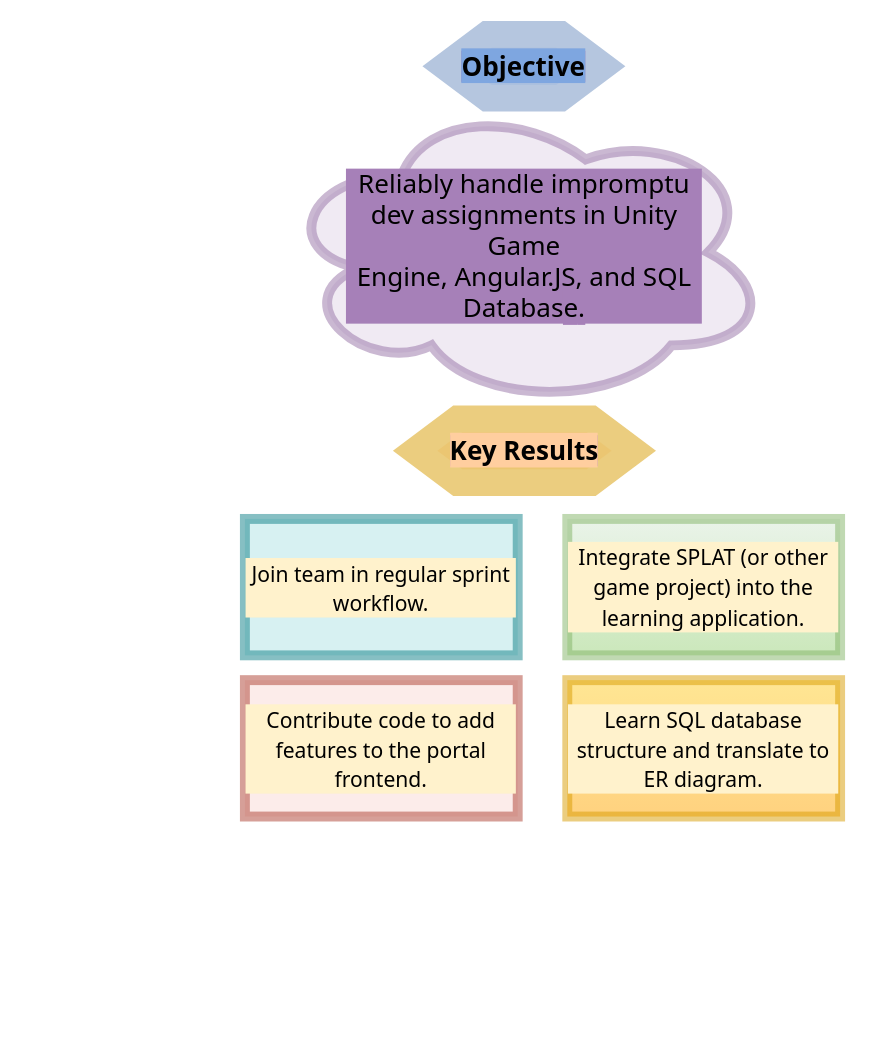
Above: Untitled Diagram.drawio in brumrian/summer2022 (draw.io), before the change. Source tidied: cells renumbered, new cells numbered last; positions are measured from the earlier drawing's top-left corner, leaving out a move shared by most shapes. Both pictures are drawn from the tidied source at 124%, with x=0, y=0 at pixel (244, 47).
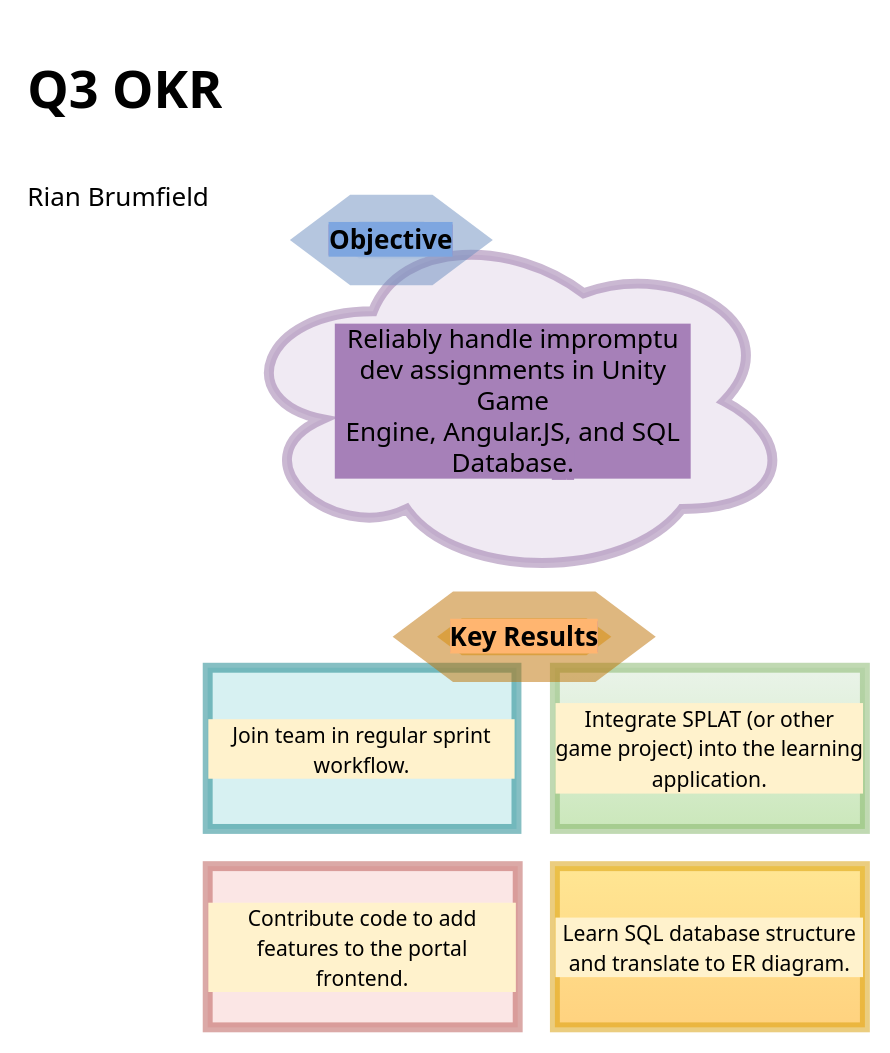
The same diagram, later.

Commit message:
q3_alegra_okr

The edit, as a diff of the source:
```diff
@@
 <mxGraphModel>
   <root>
     <mxCell id="0" />
     <mxCell id="1" parent="0" />
     <mxCell id="2" value="&lt;div style=&quot;text-align: justify; font-size: 21px;&quot;&gt;&lt;br&gt;&lt;/div&gt;" style="ellipse;shape=cloud;whiteSpace=wrap;html=1;fillColor=#e1d5e7;strokeColor=#9673a6;strokeWidth=8;opacity=50;" parent="1" vertex="1">
-      <mxGeometry x="28" y="40" width="395" height="250" as="geometry" />
+      <mxGeometry x="-10" y="140" width="453" height="290" as="geometry" />
     </mxCell>
     <mxCell id="3" value="&lt;font face=&quot;Tahoma&quot; style=&quot;font-size: 17px;&quot;&gt;Join team in regular sprint workflow.&lt;/font&gt;" style="rounded=0;whiteSpace=wrap;html=1;labelBackgroundColor=#FFF2CC;fontSize=20;strokeWidth=8;opacity=50;fillColor=#b0e3e6;strokeColor=#0e8088;" parent="1" vertex="1">
-      <mxGeometry y="380" width="220" height="110" as="geometry" />
+      <mxGeometry x="-30" y="500" width="249" height="130" as="geometry" />
     </mxCell>
     <mxCell id="4" value="&lt;span style=&quot;font-size: 17px;&quot;&gt;&lt;font face=&quot;Tahoma&quot;&gt;Integrate SPLAT (or other game project) into the learning application.&lt;/font&gt;&lt;/span&gt;" style="rounded=0;whiteSpace=wrap;html=1;labelBackgroundColor=#FFF2CC;fontSize=20;strokeWidth=8;opacity=50;fillColor=#d5e8d4;strokeColor=#82b366;gradientColor=#97d077;" parent="1" vertex="1">
-      <mxGeometry x="260" y="380" width="220" height="110" as="geometry" />
+      <mxGeometry x="250" y="500" width="250" height="130" as="geometry" />
     </mxCell>
-    <mxCell id="5" value="&lt;font face=&quot;Tahoma&quot; style=&quot;font-size: 17px;&quot;&gt;Contribute code to add features to the portal frontend.&lt;/font&gt;" style="rounded=0;whiteSpace=wrap;html=1;labelBackgroundColor=#FFF2CC;fontSize=20;strokeWidth=8;opacity=50;fillColor=#fad9d5;strokeColor=#ae4132;" parent="1" vertex="1">
-      <mxGeometry y="510" width="220" height="110" as="geometry" />
+    <mxCell id="5" value="&lt;font face=&quot;Tahoma&quot; style=&quot;font-size: 17px;&quot;&gt;Contribute code to add features to the portal frontend.&lt;/font&gt;" style="rounded=0;whiteSpace=wrap;html=1;labelBackgroundColor=#FFF2CC;fontSize=20;strokeWidth=8;opacity=50;fillColor=#f8cecc;strokeColor=#b85450;" parent="1" vertex="1">
+      <mxGeometry x="-30" y="660" width="250" height="130" as="geometry" />
     </mxCell>
     <mxCell id="6" value="&lt;font face=&quot;Tahoma&quot; style=&quot;font-size: 17px;&quot;&gt;Learn SQL database structure and translate to ER diagram.&lt;/font&gt;" style="rounded=0;whiteSpace=wrap;html=1;labelBackgroundColor=#FFF2CC;fontSize=20;strokeWidth=8;opacity=50;fillColor=#ffcd28;strokeColor=#d79b00;gradientColor=#ffa500;" parent="1" vertex="1">
-      <mxGeometry x="260" y="510" width="220" height="110" as="geometry" />
+      <mxGeometry x="250" y="660" width="250" height="130" as="geometry" />
     </mxCell>
     <mxCell id="7" value="&lt;span style=&quot;text-align: justify;&quot;&gt;Reliably handle impromptu dev&amp;nbsp;&lt;/span&gt;&lt;span style=&quot;text-align: justify;&quot;&gt;assignments in&amp;nbsp;&lt;/span&gt;&lt;span style=&quot;text-align: justify;&quot;&gt;Unity Game Engine,&amp;nbsp;&lt;/span&gt;&lt;span style=&quot;text-align: justify;&quot;&gt;Angular.JS,&amp;nbsp;&lt;/span&gt;&lt;span style=&quot;text-align: justify;&quot;&gt;and SQL Databas&lt;span style=&quot;background-color: rgb(166, 128, 184);&quot;&gt;e&lt;/span&gt;&lt;/span&gt;&lt;span style=&quot;text-align: justify; background-color: rgb(166, 128, 184);&quot;&gt;.&lt;/span&gt;" style="text;html=1;strokeColor=none;fillColor=none;align=center;verticalAlign=middle;whiteSpace=wrap;rounded=0;labelBackgroundColor=#A680B8;fontFamily=Tahoma;fontSize=21;opacity=50;strokeWidth=43;" parent="1" vertex="1">
-      <mxGeometry x="81.1" y="50" width="288.8" height="220" as="geometry" />
+      <mxGeometry x="72.1" y="175" width="288.8" height="220" as="geometry" />
     </mxCell>
     <mxCell id="8" value="&lt;b style=&quot;background-color: rgb(126, 166, 224);&quot;&gt;Objective&lt;/b&gt;" style="shape=hexagon;perimeter=hexagonPerimeter2;whiteSpace=wrap;html=1;fixedSize=1;labelBackgroundColor=#A680B8;fontFamily=Tahoma;fontSize=21;strokeWidth=43;fillColor=#dae8fc;opacity=50;strokeColor=#6c8ebf;" parent="1" vertex="1">
-      <mxGeometry x="179" width="92" height="30" as="geometry" />
+      <mxGeometry x="72.1" y="140" width="92" height="30" as="geometry" />
     </mxCell>
-    <mxCell id="9" value="&lt;b style=&quot;background-color: rgb(255, 206, 159);&quot;&gt;Key Results&lt;/b&gt;" style="shape=hexagon;perimeter=hexagonPerimeter2;whiteSpace=wrap;html=1;fixedSize=1;labelBackgroundColor=#A680B8;fontFamily=Tahoma;fontSize=21;strokeWidth=43;fillColor=#ffe6cc;opacity=50;strokeColor=#d79b00;" parent="1" vertex="1">
-      <mxGeometry x="155.2" y="310" width="140.5" height="30" as="geometry" />
+    <mxCell id="9" value="&lt;b style=&quot;background-color: rgb(255, 181, 112);&quot;&gt;Key Results&lt;/b&gt;" style="shape=hexagon;perimeter=hexagonPerimeter2;whiteSpace=wrap;html=1;fixedSize=1;labelBackgroundColor=#A680B8;fontFamily=Tahoma;fontSize=21;strokeWidth=43;fillColor=#f0a30a;opacity=50;strokeColor=#BD7000;fontColor=#000000;" parent="1" vertex="1">
+      <mxGeometry x="155" y="460" width="140.5" height="30" as="geometry" />
     </mxCell>
+    <mxCell id="10" value="&lt;h1&gt;Q3 OKR&lt;/h1&gt;&lt;h1&gt;&lt;span style=&quot;font-size: 21px; font-weight: normal;&quot;&gt;Rian Brumfield&lt;/span&gt;&lt;br&gt;&lt;/h1&gt;" style="text;html=1;strokeColor=none;fillColor=none;spacing=5;spacingTop=-20;whiteSpace=wrap;overflow=hidden;rounded=0;labelBackgroundColor=none;fontFamily=Tahoma;fontSize=21;opacity=50;" parent="1" vertex="1">
+      <mxGeometry x="-180" y="-10" width="210" height="160" as="geometry" />
+    </mxCell>
   </root>
 </mxGraphModel>
```
